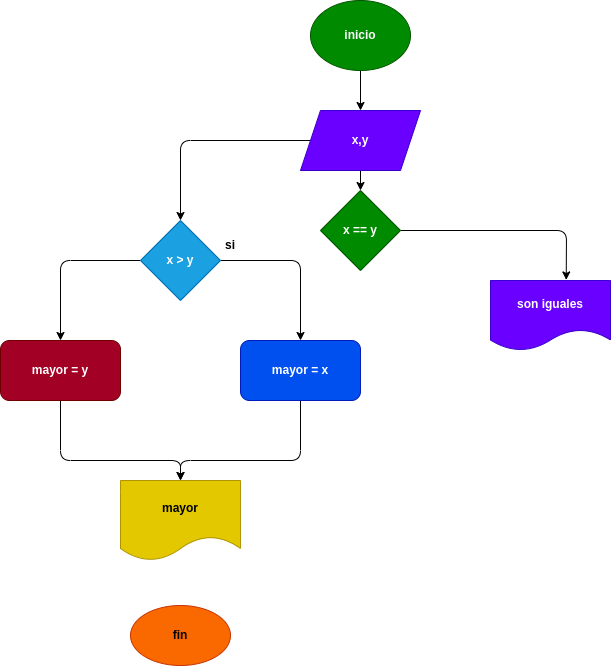
suang12/mayor_2enteros keeps this draw.io diagram as diagrama.png. Above is the earlier version. Source tidied: cells renumbered, new cells last; positions are measured from the earlier drawing's top-left corner, leaving out a move shared by most shapes.
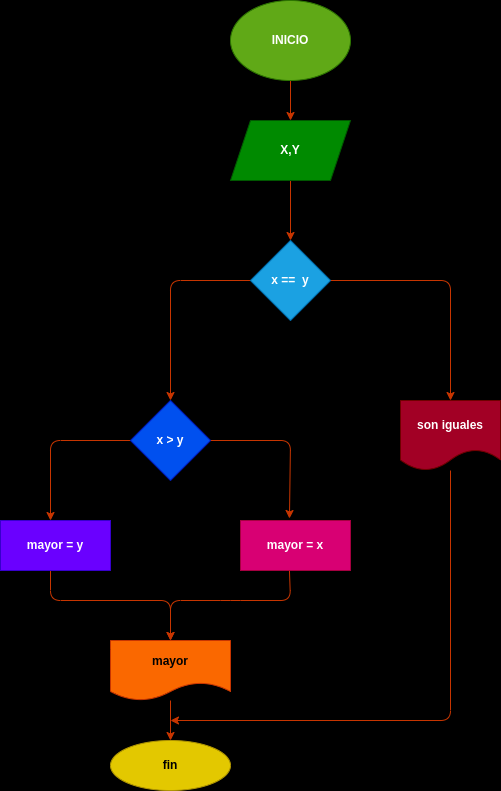
Above is the later version.

Commit message:
se agrego el diagrama de flujo

What changed in the source:
```diff
@@ -1,88 +1,97 @@
-<mxGraphModel>
+<mxGraphModel background="#000000">
   <root>
     <mxCell id="0" />
     <mxCell id="1" parent="0" />
-    <mxCell id="2" style="edgeStyle=none;html=1;" parent="1" edge="1" source="3" target="6">
-      <mxGeometry relative="1" as="geometry" />
-    </mxCell>
-    <mxCell id="3" value="&lt;b&gt;inicio&lt;/b&gt;" style="ellipse;whiteSpace=wrap;html=1;fillColor=#008a00;fontColor=#ffffff;strokeColor=#005700;" parent="1" vertex="1">
-      <mxGeometry x="310" width="100" height="70" as="geometry" />
-    </mxCell>
-    <mxCell id="4" style="edgeStyle=none;html=1;" parent="1" edge="1" source="6" target="9">
-      <mxGeometry relative="1" as="geometry">
-        <Array as="points">
-          <mxPoint x="180" y="140" />
-        </Array>
-      </mxGeometry>
-    </mxCell>
-    <mxCell id="5" style="edgeStyle=none;html=1;" parent="1" edge="1" source="6" target="18">
-      <mxGeometry relative="1" as="geometry" />
-    </mxCell>
-    <mxCell id="6" value="&lt;b&gt;x,y&lt;/b&gt;" style="shape=parallelogram;perimeter=parallelogramPerimeter;whiteSpace=wrap;html=1;fixedSize=1;fillColor=#6a00ff;fontColor=#ffffff;strokeColor=#3700CC;" parent="1" vertex="1">
-      <mxGeometry x="300" y="110" width="120" height="60" as="geometry" />
-    </mxCell>
-    <mxCell id="7" style="edgeStyle=none;html=1;entryX=0.5;entryY=0;entryDx=0;entryDy=0;" parent="1" edge="1" source="9">
-      <mxGeometry relative="1" as="geometry">
-        <mxPoint x="60" y="340" as="targetPoint" />
-        <Array as="points">
-          <mxPoint x="60" y="260" />
-        </Array>
-      </mxGeometry>
-    </mxCell>
-    <mxCell id="8" style="edgeStyle=none;html=1;entryX=0.5;entryY=0;entryDx=0;entryDy=0;" parent="1" edge="1" source="9">
-      <mxGeometry relative="1" as="geometry">
-        <mxPoint x="300" y="340" as="targetPoint" />
-        <Array as="points">
-          <mxPoint x="300" y="260" />
-        </Array>
-      </mxGeometry>
-    </mxCell>
+    <mxCell id="20" style="edgeStyle=none;html=1;fillColor=#fa6800;strokeColor=#C73500;" parent="1" edge="1" source="21" target="23">
+      <mxGeometry relative="1" as="geometry" />
+    </mxCell>
+    <mxCell id="21" value="&lt;b&gt;INICIO&lt;/b&gt;" style="ellipse;whiteSpace=wrap;html=1;fillColor=#60a917;fontColor=#ffffff;strokeColor=#2D7600;" parent="1" vertex="1">
+      <mxGeometry x="380" y="290" width="120" height="80" as="geometry" />
+    </mxCell>
+    <mxCell id="22" style="edgeStyle=none;html=1;fillColor=#fa6800;strokeColor=#C73500;" parent="1" edge="1" source="23" target="18">
+      <mxGeometry relative="1" as="geometry" />
+    </mxCell>
+    <mxCell id="23" value="&lt;b&gt;X,Y&lt;/b&gt;" style="shape=parallelogram;perimeter=parallelogramPerimeter;whiteSpace=wrap;html=1;fixedSize=1;fillColor=#008a00;fontColor=#ffffff;strokeColor=#005700;" parent="1" vertex="1">
+      <mxGeometry x="380" y="410" width="120" height="60" as="geometry" />
+    </mxCell>
+    <mxCell id="24" style="edgeStyle=none;html=1;entryX=0.5;entryY=0;entryDx=0;entryDy=0;fillColor=#fa6800;strokeColor=#C73500;" parent="1" edge="1" source="18" target="9">
+      <mxGeometry relative="1" as="geometry">
+        <Array as="points">
+          <mxPoint x="320" y="570" />
+        </Array>
+      </mxGeometry>
+    </mxCell>
+    <mxCell id="17" style="edgeStyle=none;html=1;entryX=0.5;entryY=0;entryDx=0;entryDy=0;fillColor=#fa6800;strokeColor=#C73500;" parent="1" edge="1" source="18" target="19">
+      <mxGeometry relative="1" as="geometry">
+        <Array as="points">
+          <mxPoint x="600" y="570" />
+        </Array>
+      </mxGeometry>
+    </mxCell>
+    <mxCell id="18" value="&lt;b&gt;x ==&amp;nbsp; y&lt;/b&gt;" style="rhombus;whiteSpace=wrap;html=1;fillColor=#1ba1e2;fontColor=#ffffff;strokeColor=#006EAF;" parent="1" vertex="1">
+      <mxGeometry x="400" y="530" width="80" height="80" as="geometry" />
+    </mxCell>
+    <mxCell id="25" style="edgeStyle=none;html=1;fillColor=#fa6800;strokeColor=#C73500;" parent="1" edge="1" source="9">
+      <mxGeometry relative="1" as="geometry">
+        <mxPoint x="200" y="810" as="targetPoint" />
+        <Array as="points">
+          <mxPoint x="200" y="730" />
+        </Array>
+      </mxGeometry>
+    </mxCell>
+    <mxCell id="26" style="edgeStyle=none;html=1;entryX=0.445;entryY=-0.04;entryDx=0;entryDy=0;entryPerimeter=0;fillColor=#fa6800;strokeColor=#C73500;" parent="1" edge="1" source="9" target="13">
+      <mxGeometry relative="1" as="geometry">
+        <Array as="points">
+          <mxPoint x="440" y="730" />
+        </Array>
+      </mxGeometry>
+    </mxCell>
-    <mxCell id="9" value="&lt;b&gt;x &amp;gt; y&lt;/b&gt;" style="rhombus;whiteSpace=wrap;html=1;fillColor=#1ba1e2;fontColor=#ffffff;strokeColor=#006EAF;" parent="1" vertex="1">
-      <mxGeometry x="140" y="220" width="80" height="80" as="geometry" />
+    <mxCell id="9" value="&lt;b&gt;x &amp;gt; y&lt;/b&gt;" style="rhombus;whiteSpace=wrap;html=1;fillColor=#0050ef;fontColor=#ffffff;strokeColor=#001DBC;" parent="1" vertex="1">
+      <mxGeometry x="280" y="690" width="80" height="80" as="geometry" />
     </mxCell>
-    <mxCell id="10" style="edgeStyle=none;html=1;entryX=0.5;entryY=0;entryDx=0;entryDy=0;" parent="1" edge="1" source="11" target="15">
-      <mxGeometry relative="1" as="geometry">
-        <Array as="points">
-          <mxPoint x="60" y="460" />
-          <mxPoint x="180" y="460" />
-        </Array>
-      </mxGeometry>
-    </mxCell>
+    <mxCell id="27" style="edgeStyle=none;html=1;fillColor=#fa6800;strokeColor=#C73500;" parent="1" edge="1" source="19">
+      <mxGeometry relative="1" as="geometry">
+        <mxPoint x="320" y="1010" as="targetPoint" />
+        <Array as="points">
+          <mxPoint x="600" y="1010" />
+        </Array>
+      </mxGeometry>
+    </mxCell>
+    <mxCell id="19" value="&lt;b&gt;son iguales&lt;/b&gt;" style="shape=document;whiteSpace=wrap;html=1;boundedLbl=1;fillColor=#a20025;fontColor=#ffffff;strokeColor=#6F0000;" parent="1" vertex="1">
+      <mxGeometry x="550" y="690" width="100" height="70" as="geometry" />
+    </mxCell>
+    <mxCell id="28" style="edgeStyle=none;html=1;entryX=0.5;entryY=0;entryDx=0;entryDy=0;fillColor=#fa6800;strokeColor=#C73500;" parent="1" edge="1" target="15">
+      <mxGeometry relative="1" as="geometry">
+        <mxPoint x="200" y="860" as="sourcePoint" />
+        <Array as="points">
+          <mxPoint x="200" y="890" />
+          <mxPoint x="320" y="890" />
+        </Array>
+      </mxGeometry>
+    </mxCell>
-    <mxCell id="11" value="&lt;b&gt;mayor = y&lt;/b&gt;" style="rounded=1;whiteSpace=wrap;html=1;fillColor=#a20025;fontColor=#ffffff;strokeColor=#6F0000;" parent="1" vertex="1">
-      <mxGeometry y="340" width="120" height="60" as="geometry" />
+    <mxCell id="11" value="&lt;b&gt;mayor = y&lt;/b&gt;" style="rounded=0;whiteSpace=wrap;html=1;fillColor=#6a00ff;fontColor=#ffffff;strokeColor=#3700CC;" parent="1" vertex="1">
+      <mxGeometry x="150" y="810" width="110" height="50" as="geometry" />
     </mxCell>
-    <mxCell id="12" style="edgeStyle=none;html=1;entryX=0.5;entryY=0;entryDx=0;entryDy=0;" parent="1" edge="1" source="13" target="15">
+    <mxCell id="12" style="edgeStyle=none;html=1;exitX=0.445;exitY=1;exitDx=0;exitDy=0;exitPerimeter=0;fillColor=#fa6800;strokeColor=#C73500;" parent="1" edge="1" source="13" target="15">
       <mxGeometry relative="1" as="geometry">
         <Array as="points">
-          <mxPoint x="300" y="460" />
-          <mxPoint x="180" y="460" />
+          <mxPoint x="440" y="890" />
+          <mxPoint x="380" y="890" />
+          <mxPoint x="320" y="890" />
         </Array>
       </mxGeometry>
     </mxCell>
-    <mxCell id="13" value="&lt;b&gt;mayor = x&lt;/b&gt;" style="rounded=1;whiteSpace=wrap;html=1;fillColor=#0050ef;fontColor=#ffffff;strokeColor=#001DBC;" parent="1" vertex="1">
-      <mxGeometry x="240" y="340" width="120" height="60" as="geometry" />
+    <mxCell id="13" value="&lt;b&gt;mayor = x&lt;/b&gt;" style="rounded=0;whiteSpace=wrap;html=1;fillColor=#d80073;fontColor=#ffffff;strokeColor=#A50040;" parent="1" vertex="1">
+      <mxGeometry x="390" y="810" width="110" height="50" as="geometry" />
     </mxCell>
-    <mxCell id="14" value="&lt;b&gt;si&lt;/b&gt;" style="text;html=1;strokeColor=none;fillColor=none;align=center;verticalAlign=middle;whiteSpace=wrap;rounded=0;" parent="1" vertex="1">
-      <mxGeometry x="200" y="230" width="60" height="30" as="geometry" />
-    </mxCell>
+    <mxCell id="29" style="edgeStyle=none;html=1;fillColor=#fa6800;strokeColor=#C73500;" parent="1" edge="1" source="15" target="16">
+      <mxGeometry relative="1" as="geometry" />
+    </mxCell>
-    <mxCell id="15" value="&lt;b&gt;mayor&lt;/b&gt;" style="shape=document;whiteSpace=wrap;html=1;boundedLbl=1;fillColor=#e3c800;fontColor=#000000;strokeColor=#B09500;" parent="1" vertex="1">
-      <mxGeometry x="120" y="480" width="120" height="80" as="geometry" />
+    <mxCell id="15" value="&lt;b&gt;mayor&lt;/b&gt;" style="shape=document;whiteSpace=wrap;html=1;boundedLbl=1;fillColor=#fa6800;fontColor=#000000;strokeColor=#C73500;" parent="1" vertex="1">
+      <mxGeometry x="260" y="930" width="120" height="60" as="geometry" />
     </mxCell>
-    <mxCell id="16" value="&lt;b&gt;fin&lt;/b&gt;" style="ellipse;whiteSpace=wrap;html=1;fillColor=#fa6800;fontColor=#000000;strokeColor=#C73500;" parent="1" vertex="1">
-      <mxGeometry x="130" y="605" width="100" height="60" as="geometry" />
+    <mxCell id="16" value="&lt;b&gt;fin&lt;/b&gt;" style="ellipse;whiteSpace=wrap;html=1;fillColor=#e3c800;fontColor=#000000;strokeColor=#B09500;" parent="1" vertex="1">
+      <mxGeometry x="260" y="1030" width="120" height="50" as="geometry" />
     </mxCell>
-    <mxCell id="17" style="edgeStyle=none;html=1;entryX=0.631;entryY=-0.008;entryDx=0;entryDy=0;entryPerimeter=0;" parent="1" edge="1" source="18" target="19">
-      <mxGeometry relative="1" as="geometry">
-        <Array as="points">
-          <mxPoint x="566" y="230" />
-        </Array>
-      </mxGeometry>
-    </mxCell>
-    <mxCell id="18" value="&lt;b&gt;x == y&lt;/b&gt;" style="rhombus;whiteSpace=wrap;html=1;fillColor=#008a00;fontColor=#ffffff;strokeColor=#005700;" parent="1" vertex="1">
-      <mxGeometry x="320" y="190" width="80" height="80" as="geometry" />
-    </mxCell>
-    <mxCell id="19" value="&lt;b&gt;son iguales&lt;/b&gt;" style="shape=document;whiteSpace=wrap;html=1;boundedLbl=1;fillColor=#6a00ff;fontColor=#ffffff;strokeColor=#3700CC;" parent="1" vertex="1">
-      <mxGeometry x="490" y="280" width="120" height="70" as="geometry" />
-    </mxCell>
   </root>
 </mxGraphModel>
```
